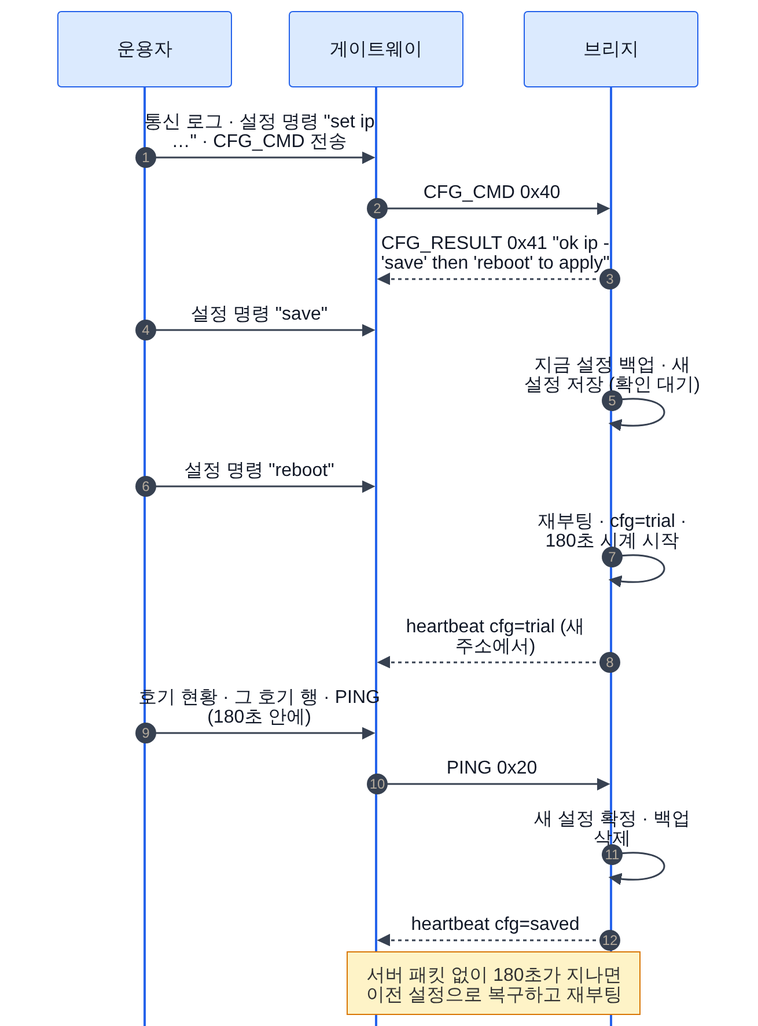
Leepy0/AGV_Wifi_Bridge keeps this Mermaid diagram as docs/images/remote-cfg-trial.png. Above is the earlier version. Its source is kept beside it as docs/diagrams/remote-cfg-trial.mmd.
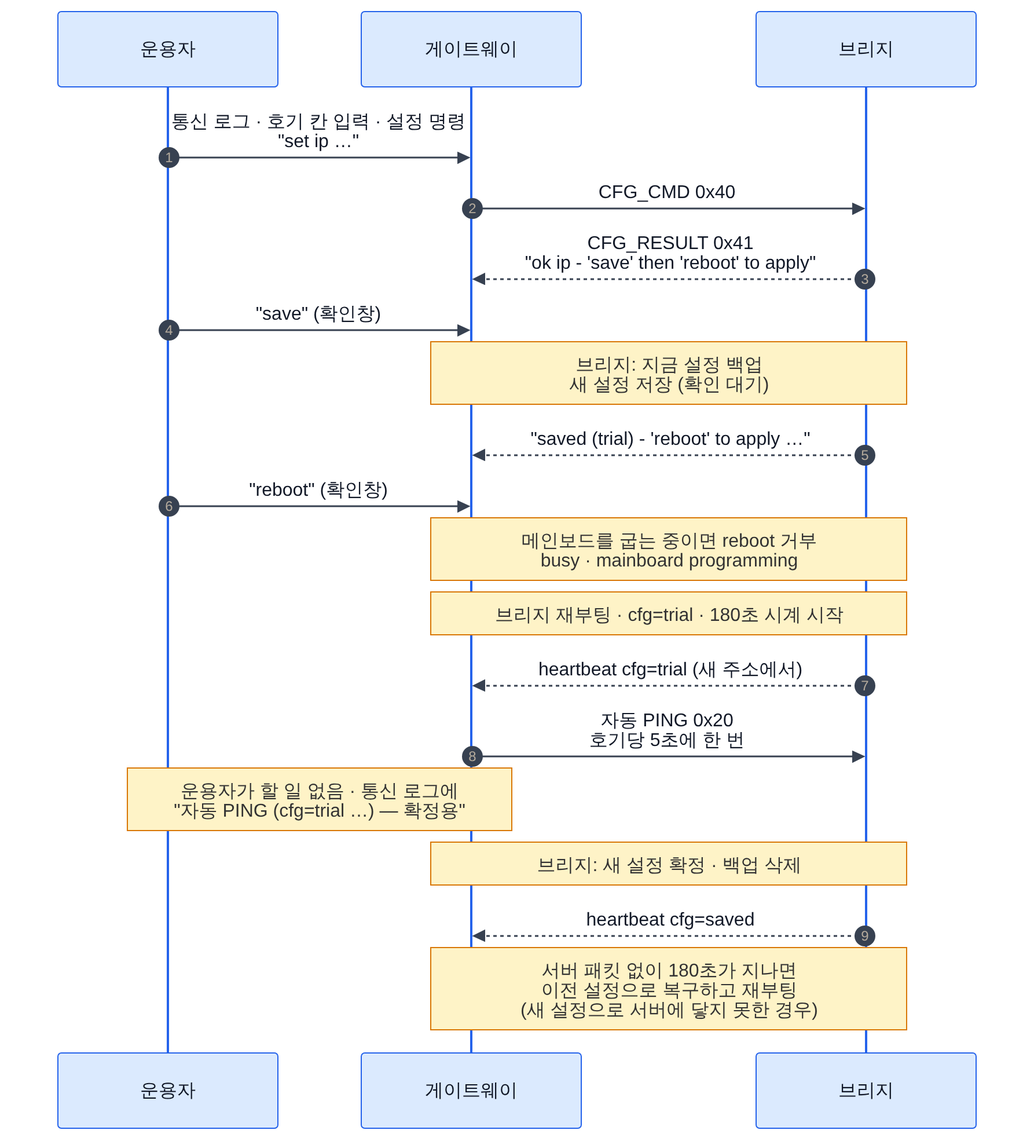
The same file after the commit.

Diff of the diagram source:
```diff
@@ -1,18 +1,21 @@
+%%{init: {"sequence": {"mirrorActors": true, "width": 190, "actorMargin": 70}}}%%
 sequenceDiagram
   autonumber
   participant OP as 운용자
   participant GW as 게이트웨이
   participant ESP as 브리지
-  OP->>GW: 통신 로그 · 설정 명령 "set ip …" · CFG_CMD 전송
+  OP->>GW: 통신 로그 · 호기 칸 입력 · 설정 명령 "set ip …"
   GW->>ESP: CFG_CMD 0x40
-  ESP-->>GW: CFG_RESULT 0x41 "ok ip - 'save' then 'reboot' to apply"
-  OP->>GW: 설정 명령 "save"
-  ESP->>ESP: 지금 설정 백업 · 새 설정 저장 (확인 대기)
-  OP->>GW: 설정 명령 "reboot"
-  ESP->>ESP: 재부팅 · cfg=trial · 180초 시계 시작
+  ESP-->>GW: CFG_RESULT 0x41<br/>"ok ip - 'save' then 'reboot' to apply"
+  OP->>GW: "save" (확인창)
+  Note over GW,ESP: 브리지: 지금 설정 백업<br/>새 설정 저장 (확인 대기)
+  ESP-->>GW: "saved (trial) - 'reboot' to apply …"
+  OP->>GW: "reboot" (확인창)
+  Note over GW,ESP: 메인보드를 굽는 중이면 reboot 거부<br/>busy · mainboard programming
+  Note over GW,ESP: 브리지 재부팅 · cfg=trial · 180초 시계 시작
   ESP-->>GW: heartbeat cfg=trial (새 주소에서)
-  OP->>GW: 호기 현황 · 그 호기 행 · PING (180초 안에)
-  GW->>ESP: PING 0x20
-  ESP->>ESP: 새 설정 확정 · 백업 삭제
+  GW->>ESP: 자동 PING 0x20<br/>호기당 5초에 한 번
+  Note over OP,GW: 운용자가 할 일 없음 · 통신 로그에<br/>"자동 PING (cfg=trial …) — 확정용"
+  Note over GW,ESP: 브리지: 새 설정 확정 · 백업 삭제
   ESP-->>GW: heartbeat cfg=saved
-  Note over GW,ESP: 서버 패킷 없이 180초가 지나면 이전 설정으로 복구하고 재부팅
+  Note over GW,ESP: 서버 패킷 없이 180초가 지나면<br/>이전 설정으로 복구하고 재부팅<br/>(새 설정으로 서버에 닿지 못한 경우)
```
